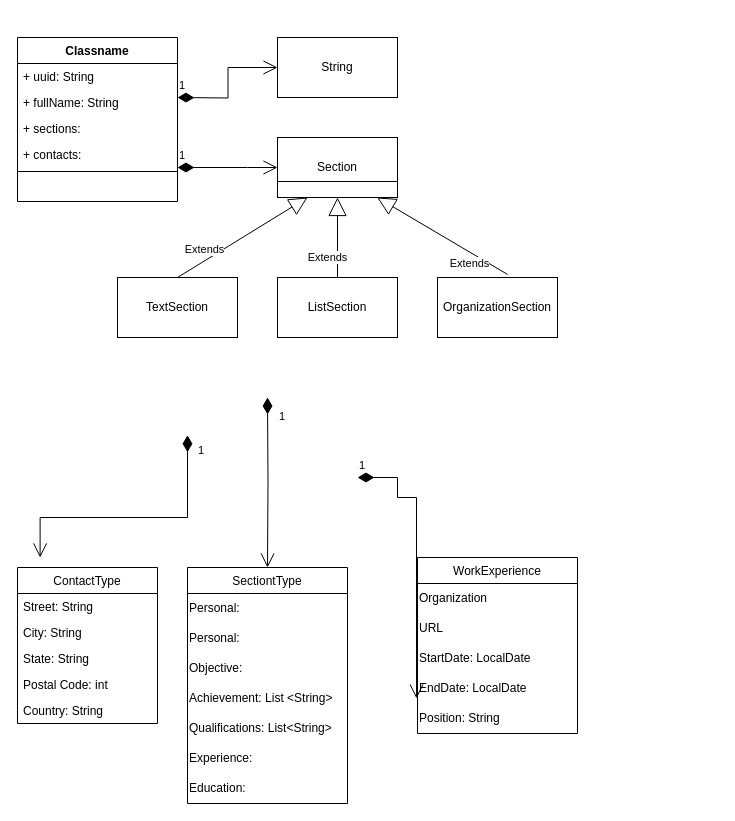
This is Resume.drawio from sergr972/basejava, a draw.io file, before an edit. Source tidied: cells renumbered, new cells numbered last; positions are measured from the earlier drawing's top-left corner, leaving out a move shared by most shapes. Both pictures are drawn from the tidied source at 100%, with x=0, y=0 at pixel (17, 37).
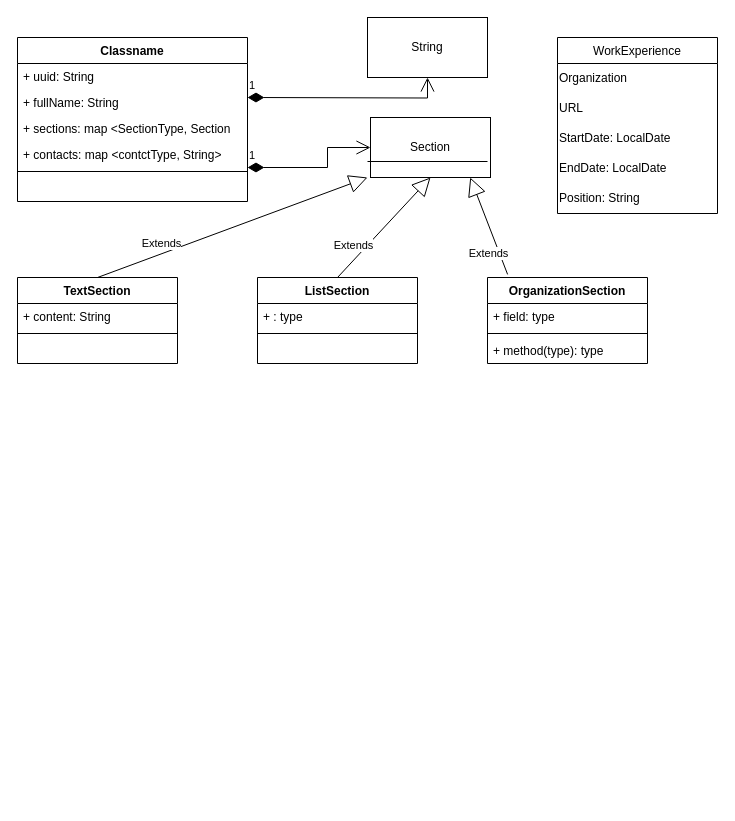
Above is the later version.

The change refers to these unchanged cells:
```xml
<mxCell id="20" value="EndDate: LocalDate" style="text;html=1;align=left;verticalAlign=middle;points=[];strokeColor=none;fillColor=none;" parent="16" vertex="1">
  <mxGeometry y="116" width="160" height="30" as="geometry" />
</mxCell>
```

What changed in the source:
```diff
@@
-    <mxCell id="2" value="ContactType" style="swimlane;fontStyle=0;align=center;verticalAlign=top;horizontal=1;startSize=26;rounded=0;shadow=0;strokeWidth=1;" parent="1" vertex="1">
-      <mxGeometry y="530" width="140" height="156" as="geometry" />
-    </mxCell>
-    <mxCell id="3" value="Street: String" style="text;align=left;verticalAlign=top;spacingLeft=4;spacingRight=4;overflow=hidden;" parent="2" vertex="1">
-      <mxGeometry y="26" width="140" height="26" as="geometry" />
-    </mxCell>
-    <mxCell id="4" value="City: String" style="text;align=left;verticalAlign=top;spacingLeft=4;spacingRight=4;overflow=hidden;rounded=0;shadow=0;html=0;" parent="2" vertex="1">
-      <mxGeometry y="52" width="140" height="26" as="geometry" />
-    </mxCell>
-    <mxCell id="5" value="State: String" style="text;align=left;verticalAlign=top;spacingLeft=4;spacingRight=4;overflow=hidden;rounded=0;shadow=0;html=0;" parent="2" vertex="1">
-      <mxGeometry y="78" width="140" height="26" as="geometry" />
-    </mxCell>
-    <mxCell id="6" value="Postal Code: int" style="text;align=left;verticalAlign=top;spacingLeft=4;spacingRight=4;overflow=hidden;rounded=0;shadow=0;html=0;" parent="2" vertex="1">
-      <mxGeometry y="104" width="140" height="26" as="geometry" />
-    </mxCell>
-    <mxCell id="7" value="Country: String" style="text;align=left;verticalAlign=top;spacingLeft=4;spacingRight=4;overflow=hidden;rounded=0;shadow=0;html=0;" parent="2" vertex="1">
-      <mxGeometry y="130" width="140" height="26" as="geometry" />
-    </mxCell>
-    <mxCell id="8" value="SectiontType" style="swimlane;fontStyle=0;align=center;verticalAlign=top;horizontal=1;startSize=26;rounded=0;shadow=0;strokeWidth=1;" parent="1" vertex="1">
-      <mxGeometry x="170" y="530" width="160" height="236" as="geometry" />
-    </mxCell>
-    <mxCell id="9" value="Personal:" style="text;html=1;align=left;verticalAlign=middle;strokeColor=none;fillColor=none;" parent="8" vertex="1">
-      <mxGeometry y="26" width="160" height="30" as="geometry" />
-    </mxCell>
-    <mxCell id="10" value="Personal:" style="text;html=1;align=left;verticalAlign=middle;strokeColor=none;fillColor=none;" parent="8" vertex="1">
-      <mxGeometry y="56" width="160" height="30" as="geometry" />
-    </mxCell>
-    <mxCell id="11" value="Objective:" style="text;html=1;align=left;verticalAlign=middle;strokeColor=none;fillColor=none;" parent="8" vertex="1">
-      <mxGeometry y="86" width="160" height="30" as="geometry" />
-    </mxCell>
-    <mxCell id="12" value="Achievement: List &amp;lt;String&amp;gt;" style="text;html=1;align=left;verticalAlign=middle;strokeColor=none;fillColor=none;" parent="8" vertex="1">
-      <mxGeometry y="116" width="160" height="30" as="geometry" />
-    </mxCell>
-    <mxCell id="13" value="Qualifications: List&amp;lt;String&amp;gt;" style="text;html=1;align=left;verticalAlign=middle;strokeColor=none;fillColor=none;" parent="8" vertex="1">
-      <mxGeometry y="146" width="160" height="30" as="geometry" />
-    </mxCell>
-    <mxCell id="14" value="Experience:" style="text;html=1;align=left;verticalAlign=middle;strokeColor=none;fillColor=none;" parent="8" vertex="1">
-      <mxGeometry y="176" width="160" height="30" as="geometry" />
-    </mxCell>
-    <mxCell id="15" value="Education:" style="text;html=1;align=left;verticalAlign=middle;strokeColor=none;fillColor=none;" parent="8" vertex="1">
-      <mxGeometry y="206" width="160" height="30" as="geometry" />
-    </mxCell>
     <mxCell id="16" value="WorkExperience" style="swimlane;fontStyle=0;align=center;verticalAlign=top;horizontal=1;startSize=26;rounded=0;shadow=0;strokeWidth=1;" parent="1" vertex="1">
-      <mxGeometry x="400" y="520" width="160" height="176" as="geometry" />
+      <mxGeometry x="540" width="160" height="176" as="geometry" />
     </mxCell>
@@
-    <mxCell id="22" value="1" style="endArrow=open;html=1;endSize=12;startArrow=diamondThin;startSize=14;startFill=1;edgeStyle=orthogonalEdgeStyle;align=left;verticalAlign=bottom;rounded=0;entryX=0.5;entryY=0;entryDx=0;entryDy=0;" parent="1" edge="1" target="8">
-      <mxGeometry x="-0.67" y="10" relative="1" as="geometry">
-        <mxPoint x="250" y="360" as="sourcePoint" />
-      </mxGeometry>
-    </mxCell>
-    <mxCell id="23" value="1" style="endArrow=open;html=1;endSize=12;startArrow=diamondThin;startSize=14;startFill=1;edgeStyle=orthogonalEdgeStyle;align=left;verticalAlign=bottom;rounded=0;exitX=0.337;exitY=1.057;exitDx=0;exitDy=0;exitPerimeter=0;" parent="1" edge="1">
-      <mxGeometry x="-0.82" y="9" relative="1" as="geometry">
-        <mxPoint x="170" y="397.7" as="sourcePoint" />
-        <mxPoint x="22.6" y="520" as="targetPoint" />
-        <Array as="points">
-          <mxPoint x="169.6" y="480" />
-          <mxPoint x="22.6" y="480" />
-        </Array>
-      </mxGeometry>
-    </mxCell>
-    <mxCell id="24" value="1" style="endArrow=open;html=1;endSize=12;startArrow=diamondThin;startSize=14;startFill=1;edgeStyle=orthogonalEdgeStyle;align=left;verticalAlign=bottom;rounded=0;entryX=-0.006;entryY=0.833;entryDx=0;entryDy=0;entryPerimeter=0;" parent="1" edge="1" target="20">
-      <mxGeometry x="-1" y="3" relative="1" as="geometry">
-        <mxPoint x="340" y="440" as="sourcePoint" />
-        <Array as="points">
-          <mxPoint x="380" y="440" />
-          <mxPoint x="380" y="460" />
-        </Array>
-      </mxGeometry>
-    </mxCell>
     <mxCell id="25" value="Classname" style="swimlane;fontStyle=1;align=center;verticalAlign=top;horizontal=1;startSize=26;" parent="1" vertex="1">
-      <mxGeometry width="160" height="164" as="geometry" />
+      <mxGeometry width="230" height="164" as="geometry" />
     </mxCell>
     <mxCell id="26" value="+ uuid: String" style="text;strokeColor=none;fillColor=none;align=left;verticalAlign=top;spacingLeft=4;spacingRight=4;overflow=hidden;" parent="25" vertex="1">
-      <mxGeometry y="26" width="160" height="26" as="geometry" />
+      <mxGeometry y="26" width="230" height="26" as="geometry" />
     </mxCell>
     <mxCell id="27" value="+ fullName: String" style="text;strokeColor=none;fillColor=none;align=left;verticalAlign=top;spacingLeft=4;spacingRight=4;overflow=hidden;" parent="25" vertex="1">
-      <mxGeometry y="52" width="160" height="26" as="geometry" />
+      <mxGeometry y="52" width="230" height="26" as="geometry" />
     </mxCell>
-    <mxCell id="28" value="+ sections: " style="text;strokeColor=none;fillColor=none;align=left;verticalAlign=top;spacingLeft=4;spacingRight=4;overflow=hidden;" parent="25" vertex="1">
-      <mxGeometry y="78" width="160" height="26" as="geometry" />
+    <mxCell id="28" value="+ sections: map &lt;SectionType, Section" style="text;strokeColor=none;fillColor=none;align=left;verticalAlign=top;spacingLeft=4;spacingRight=4;overflow=hidden;" parent="25" vertex="1">
+      <mxGeometry y="78" width="230" height="26" as="geometry" />
     </mxCell>
-    <mxCell id="29" value="+ contacts: " style="text;strokeColor=none;fillColor=none;align=left;verticalAlign=top;spacingLeft=4;spacingRight=4;overflow=hidden;" parent="25" vertex="1">
-      <mxGeometry y="104" width="160" height="26" as="geometry" />
+    <mxCell id="29" value="+ contacts: map &lt;contctType, String&gt;" style="text;strokeColor=none;fillColor=none;align=left;verticalAlign=top;spacingLeft=4;spacingRight=4;overflow=hidden;" parent="25" vertex="1">
+      <mxGeometry y="104" width="230" height="26" as="geometry" />
     </mxCell>
     <mxCell id="30" style="line;strokeWidth=1;fillColor=none;align=left;verticalAlign=middle;spacingTop=-1;spacingLeft=3;spacingRight=3;labelPosition=right;strokeColor=inherit;" parent="25" vertex="1">
-      <mxGeometry y="130" width="160" height="8" as="geometry" />
+      <mxGeometry y="130" width="230" height="8" as="geometry" />
     </mxCell>
     <mxCell id="31" value="   " style="text;strokeColor=none;fillColor=none;align=left;verticalAlign=top;spacingLeft=4;spacingRight=4;overflow=hidden;" parent="25" vertex="1">
-      <mxGeometry y="138" width="160" height="26" as="geometry" />
+      <mxGeometry y="138" width="230" height="26" as="geometry" />
     </mxCell>
     <mxCell id="32" value="String" style="whiteSpace=wrap;html=1;" parent="1" vertex="1">
-      <mxGeometry x="260" width="120" height="60" as="geometry" />
+      <mxGeometry x="350" y="-20" width="120" height="60" as="geometry" />
     </mxCell>
     <mxCell id="33" value="Section" style="whiteSpace=wrap;html=1;" parent="1" vertex="1">
-      <mxGeometry x="260" y="100" width="120" height="60" as="geometry" />
+      <mxGeometry x="353" y="80" width="120" height="60" as="geometry" />
     </mxCell>
     <mxCell id="34" style="line;strokeWidth=1;fillColor=none;align=left;verticalAlign=middle;spacingTop=-1;spacingLeft=3;spacingRight=3;labelPosition=right;strokeColor=inherit;" parent="1" vertex="1">
-      <mxGeometry x="260" y="140" width="120" height="8" as="geometry" />
+      <mxGeometry x="350" y="120" width="120" height="8" as="geometry" />
     </mxCell>
     <mxCell id="35" value="1" style="endArrow=open;html=1;endSize=12;startArrow=diamondThin;startSize=14;startFill=1;edgeStyle=orthogonalEdgeStyle;align=left;verticalAlign=bottom;rounded=0;" parent="1" edge="1" target="32">
       <mxGeometry x="-1" y="3" relative="1" as="geometry">
-        <mxPoint x="160" y="60" as="sourcePoint" />
+        <mxPoint x="230" y="60" as="sourcePoint" />
       </mxGeometry>
     </mxCell>
     <mxCell id="36" value="1" style="endArrow=open;html=1;endSize=12;startArrow=diamondThin;startSize=14;startFill=1;edgeStyle=orthogonalEdgeStyle;align=left;verticalAlign=bottom;rounded=0;entryX=0;entryY=0.5;entryDx=0;entryDy=0;" parent="1" edge="1" target="33">
       <mxGeometry x="-1" y="3" relative="1" as="geometry">
-        <mxPoint x="160" y="130" as="sourcePoint" />
+        <mxPoint x="230" y="130" as="sourcePoint" />
         <Array as="points">
-          <mxPoint x="230" y="130" />
-          <mxPoint x="230" y="130" />
+          <mxPoint x="310" y="130" />
+          <mxPoint x="310" y="110" />
         </Array>
       </mxGeometry>
     </mxCell>
-    <mxCell id="37" value="TextSection" style="rounded=0;whiteSpace=wrap;html=1;" parent="1" vertex="1">
-      <mxGeometry x="100" y="240" width="120" height="60" as="geometry" />
-    </mxCell>
-    <mxCell id="38" value="ListSection" style="rounded=0;whiteSpace=wrap;html=1;" parent="1" vertex="1">
-      <mxGeometry x="260" y="240" width="120" height="60" as="geometry" />
-    </mxCell>
-    <mxCell id="39" value="OrganizationSection" style="rounded=0;whiteSpace=wrap;html=1;" parent="1" vertex="1">
-      <mxGeometry x="420" y="240" width="120" height="60" as="geometry" />
-    </mxCell>
     <mxCell id="40" value="Extends" style="endArrow=block;endSize=16;endFill=0;html=1;rounded=0;exitX=0.5;exitY=0;exitDx=0;exitDy=0;" parent="1" edge="1" source="37">
       <mxGeometry x="-0.5" y="10" relative="1" as="geometry">
-        <mxPoint x="290" y="160" as="targetPoint" />
+        <mxPoint x="350" y="140" as="targetPoint" />
       </mxGeometry>
     </mxCell>
-    <mxCell id="41" value="Extends" style="endArrow=block;endSize=16;endFill=0;html=1;rounded=0;entryX=0.5;entryY=1;entryDx=0;entryDy=0;exitX=0.5;exitY=0;exitDx=0;exitDy=0;" parent="1" edge="1" source="38" target="33">
-      <mxGeometry x="-0.5" y="10" relative="1" as="geometry" />
+    <mxCell id="41" value="Extends" style="endArrow=block;endSize=16;endFill=0;html=1;rounded=0;entryX=0.5;entryY=1;entryDx=0;entryDy=0;exitX=0.5;exitY=0;exitDx=0;exitDy=0;" parent="1" edge="1" target="33">
+      <mxGeometry x="-0.5" y="10" relative="1" as="geometry">
+        <mxPoint x="320" y="240" as="sourcePoint" />
+      </mxGeometry>
     </mxCell>
-    <mxCell id="42" value="Extends" style="endArrow=block;endSize=16;endFill=0;html=1;rounded=0;entryX=0.831;entryY=1;entryDx=0;entryDy=0;exitX=0.584;exitY=-0.051;exitDx=0;exitDy=0;exitPerimeter=0;entryPerimeter=0;" parent="1" edge="1" source="39" target="33">
-      <mxGeometry x="-0.5" y="10" relative="1" as="geometry" />
+    <mxCell id="42" value="Extends" style="endArrow=block;endSize=16;endFill=0;html=1;rounded=0;entryX=0.831;entryY=1;entryDx=0;entryDy=0;exitX=0.584;exitY=-0.051;exitDx=0;exitDy=0;exitPerimeter=0;entryPerimeter=0;" parent="1" edge="1" target="33">
+      <mxGeometry x="-0.5" y="10" relative="1" as="geometry">
+        <mxPoint x="490.1" y="236.9" as="sourcePoint" />
+      </mxGeometry>
     </mxCell>
+    <mxCell id="37" value="TextSection" style="swimlane;fontStyle=1;align=center;verticalAlign=top;horizontal=1;startSize=26;" parent="1" vertex="1">
+      <mxGeometry y="240" width="160" height="86" as="geometry" />
+    </mxCell>
+    <mxCell id="43" value="+ content: String" style="text;strokeColor=none;fillColor=none;align=left;verticalAlign=top;spacingLeft=4;spacingRight=4;overflow=hidden;" parent="37" vertex="1">
+      <mxGeometry y="26" width="160" height="26" as="geometry" />
+    </mxCell>
+    <mxCell id="44" style="line;strokeWidth=1;fillColor=none;align=left;verticalAlign=middle;spacingTop=-1;spacingLeft=3;spacingRight=3;labelPosition=right;strokeColor=inherit;" parent="37" vertex="1">
+      <mxGeometry y="52" width="160" height="8" as="geometry" />
+    </mxCell>
+    <mxCell id="45" value=" " style="text;strokeColor=none;fillColor=none;align=left;verticalAlign=top;spacingLeft=4;spacingRight=4;overflow=hidden;" parent="37" vertex="1">
+      <mxGeometry y="60" width="160" height="26" as="geometry" />
+    </mxCell>
+    <mxCell id="38" value="ListSection" style="swimlane;fontStyle=1;align=center;verticalAlign=top;horizontal=1;startSize=26;" parent="1" vertex="1">
+      <mxGeometry x="240" y="240" width="160" height="86" as="geometry" />
+    </mxCell>
+    <mxCell id="46" value="+ : type" style="text;strokeColor=none;fillColor=none;align=left;verticalAlign=top;spacingLeft=4;spacingRight=4;overflow=hidden;" parent="38" vertex="1">
+      <mxGeometry y="26" width="160" height="26" as="geometry" />
+    </mxCell>
+    <mxCell id="47" style="line;strokeWidth=1;fillColor=none;align=left;verticalAlign=middle;spacingTop=-1;spacingLeft=3;spacingRight=3;labelPosition=right;strokeColor=inherit;" parent="38" vertex="1">
+      <mxGeometry y="52" width="160" height="8" as="geometry" />
+    </mxCell>
+    <mxCell id="48" value=" " style="text;strokeColor=none;fillColor=none;align=left;verticalAlign=top;spacingLeft=4;spacingRight=4;overflow=hidden;" parent="38" vertex="1">
+      <mxGeometry y="60" width="160" height="26" as="geometry" />
+    </mxCell>
+    <mxCell id="39" value="OrganizationSection" style="swimlane;fontStyle=1;align=center;verticalAlign=top;horizontal=1;startSize=26;" parent="1" vertex="1">
+      <mxGeometry x="470" y="240" width="160" height="86" as="geometry" />
+    </mxCell>
+    <mxCell id="49" value="+ field: type" style="text;strokeColor=none;fillColor=none;align=left;verticalAlign=top;spacingLeft=4;spacingRight=4;overflow=hidden;" parent="39" vertex="1">
+      <mxGeometry y="26" width="160" height="26" as="geometry" />
+    </mxCell>
+    <mxCell id="50" style="line;strokeWidth=1;fillColor=none;align=left;verticalAlign=middle;spacingTop=-1;spacingLeft=3;spacingRight=3;labelPosition=right;strokeColor=inherit;" parent="39" vertex="1">
+      <mxGeometry y="52" width="160" height="8" as="geometry" />
+    </mxCell>
+    <mxCell id="51" value="+ method(type): type" style="text;strokeColor=none;fillColor=none;align=left;verticalAlign=top;spacingLeft=4;spacingRight=4;overflow=hidden;" parent="39" vertex="1">
+      <mxGeometry y="60" width="160" height="26" as="geometry" />
+    </mxCell>
```
